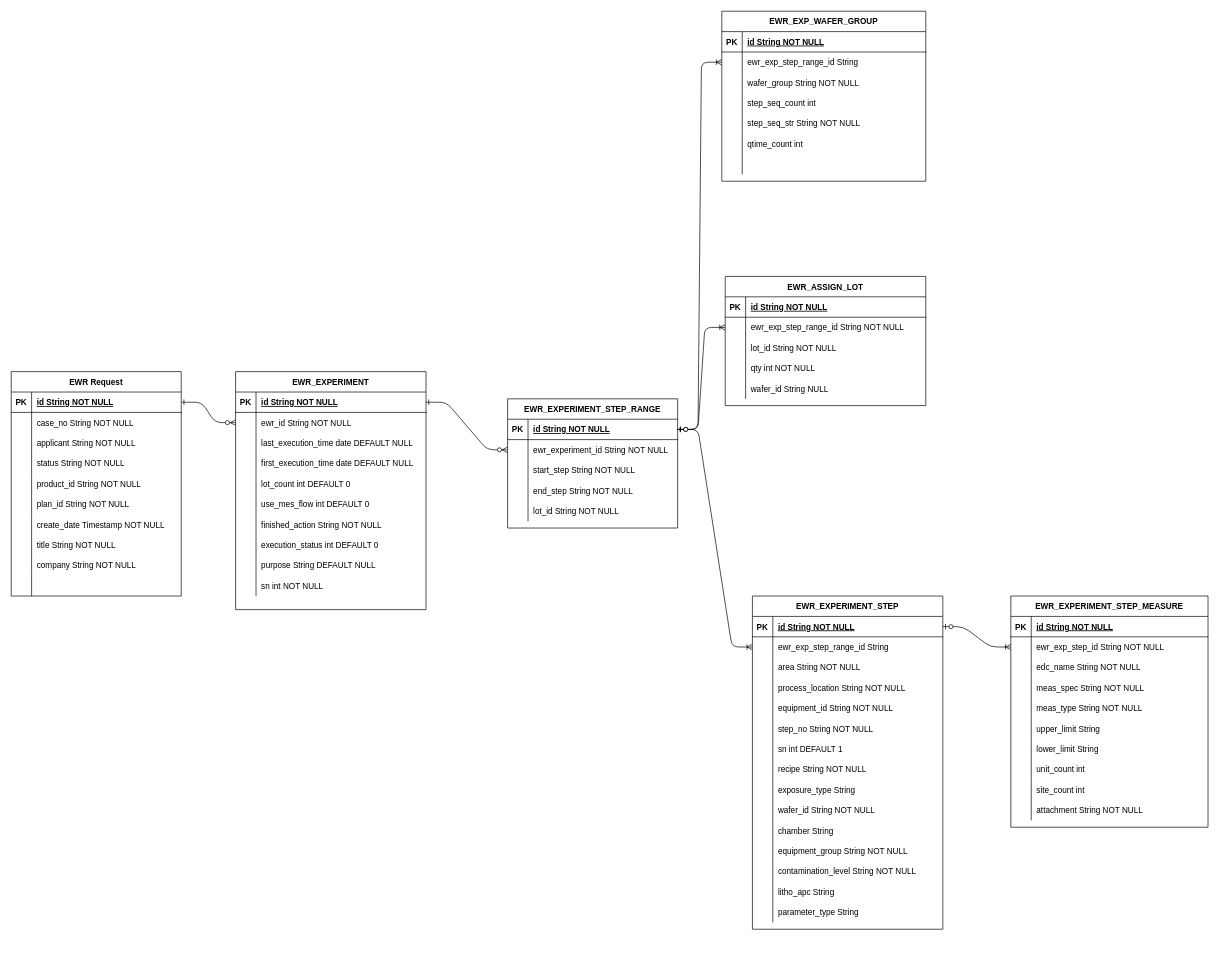
zhang4838223/work keeps this draw.io diagram as Untitled Diagram.drawio. Above is the earlier version. Source tidied: cells renumbered, new cells numbered last; positions are measured from the earlier drawing's top-left corner, leaving out a move shared by most shapes. Both pictures are drawn from the tidied source at 68%, with x=0, y=0 at pixel (11, 11).
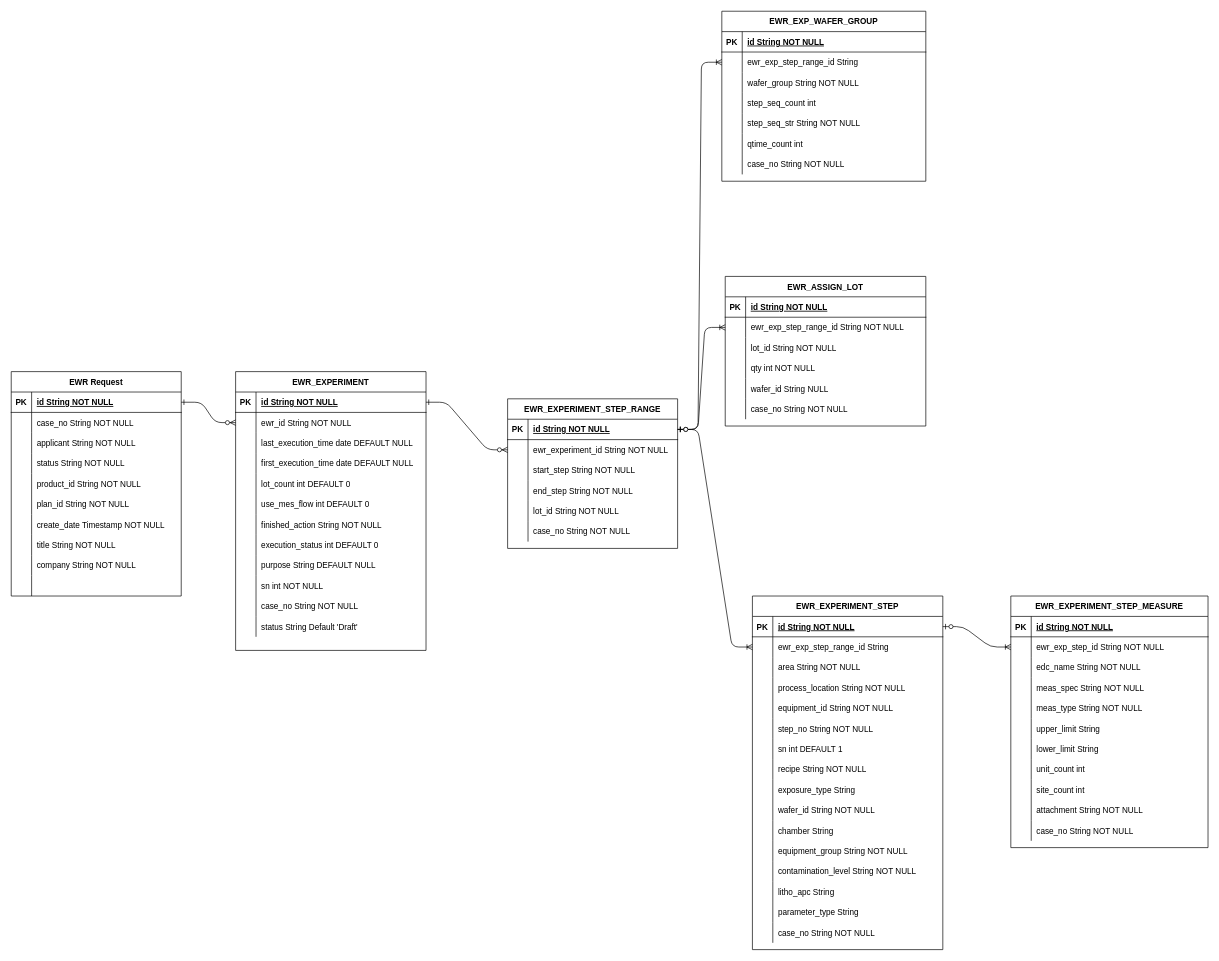
The same page after the edit.

The change refers to these unchanged cells:
```xml
<mxCell id="198" style="shape=partialRectangle;fillColor=none;top=0;left=0;bottom=0;right=0;" parent="179" vertex="1">
  <mxGeometry y="210" width="300" height="30" as="geometry" />
</mxCell>
```

What changed in the source:
```diff
@@
     <mxCell id="4" value="EWR_EXPERIMENT" style="shape=table;startSize=30;childLayout=tableLayout;rowLines=0;fontStyle=1;align=center;" parent="1" vertex="1">
-      <mxGeometry x="330" y="530" width="280" height="350" as="geometry" />
+      <mxGeometry x="330" y="530" width="280" height="410" as="geometry" />
     </mxCell>
@@
+    <mxCell id="201" style="shape=partialRectangle;fillColor=none;top=0;left=0;right=0;bottom=0;" parent="4" vertex="1">
+      <mxGeometry y="330" width="280" height="30" as="geometry" />
+    </mxCell>
+    <mxCell id="202" style="shape=partialRectangle;overflow=hidden;fillColor=none;top=0;left=0;bottom=0;right=0;" parent="201" vertex="1">
+      <mxGeometry width="30" height="30" as="geometry" />
+    </mxCell>
+    <mxCell id="203" value="case_no String NOT NULL" style="shape=partialRectangle;overflow=hidden;fillColor=none;top=0;left=0;bottom=0;right=0;align=left;spacingLeft=6;" parent="201" vertex="1">
+      <mxGeometry x="30" width="250" height="30" as="geometry" />
+    </mxCell>
+    <mxCell id="204" style="shape=partialRectangle;fillColor=none;top=0;left=0;right=0;bottom=0;" parent="4" vertex="1">
+      <mxGeometry y="360" width="280" height="30" as="geometry" />
+    </mxCell>
+    <mxCell id="205" style="shape=partialRectangle;overflow=hidden;fillColor=none;top=0;left=0;bottom=0;right=0;" parent="204" vertex="1">
+      <mxGeometry width="30" height="30" as="geometry" />
+    </mxCell>
+    <mxCell id="206" value="status String Default 'Draft'" style="shape=partialRectangle;overflow=hidden;fillColor=none;top=0;left=0;bottom=0;right=0;align=left;spacingLeft=6;" parent="204" vertex="1">
+      <mxGeometry x="30" width="250" height="30" as="geometry" />
+    </mxCell>
@@
     <mxCell id="67" value="EWR_EXPERIMENT_STEP_RANGE" style="shape=table;startSize=30;childLayout=tableLayout;rowLines=0;fontStyle=1;align=center;" parent="1" vertex="1">
-      <mxGeometry x="730" y="570" width="250" height="190" as="geometry" />
+      <mxGeometry x="730" y="570" width="250" height="220" as="geometry" />
     </mxCell>
@@
+    <mxCell id="207" style="shape=partialRectangle;fillColor=none;top=0;left=0;right=0;bottom=0;" parent="67" vertex="1">
+      <mxGeometry y="180" width="250" height="30" as="geometry" />
+    </mxCell>
+    <mxCell id="208" style="shape=partialRectangle;overflow=hidden;fillColor=none;top=0;left=0;bottom=0;right=0;" parent="207" vertex="1">
+      <mxGeometry width="30" height="30" as="geometry" />
+    </mxCell>
+    <mxCell id="209" value="case_no String NOT NULL" style="shape=partialRectangle;overflow=hidden;fillColor=none;top=0;left=0;bottom=0;right=0;align=left;spacingLeft=6;" parent="207" vertex="1">
+      <mxGeometry x="30" width="220" height="30" as="geometry" />
+    </mxCell>
@@
     <mxCell id="84" value="EWR_ASSIGN_LOT" style="shape=table;startSize=30;childLayout=tableLayout;rowLines=0;fontStyle=1;align=center;" parent="1" vertex="1">
-      <mxGeometry x="1050" y="390" width="295" height="190" as="geometry" />
+      <mxGeometry x="1050" y="390" width="295" height="220" as="geometry" />
     </mxCell>
@@
+    <mxCell id="210" style="shape=partialRectangle;fillColor=none;top=0;left=0;bottom=0;right=0;" parent="84" vertex="1">
+      <mxGeometry y="180" width="295" height="30" as="geometry" />
+    </mxCell>
+    <mxCell id="211" style="shape=partialRectangle;fillColor=none;top=0;left=0;bottom=0;right=0;overflow=hidden;" parent="210" vertex="1">
+      <mxGeometry width="30" height="30" as="geometry" />
+    </mxCell>
+    <mxCell id="212" value="case_no String NOT NULL" style="shape=partialRectangle;fillColor=none;top=0;left=0;bottom=0;right=0;align=left;spacingLeft=6;overflow=hidden;" parent="210" vertex="1">
+      <mxGeometry x="30" width="265" height="30" as="geometry" />
+    </mxCell>
     <mxCell id="100" value="EWR_EXPERIMENT_STEP" style="shape=table;startSize=30;childLayout=tableLayout;rowLines=0;fontStyle=1;align=center;" parent="1" vertex="1">
-      <mxGeometry x="1090" y="860" width="280" height="490" as="geometry" />
+      <mxGeometry x="1090" y="860" width="280" height="520" as="geometry" />
     </mxCell>
@@
+    <mxCell id="213" style="shape=partialRectangle;fillColor=none;top=0;left=0;bottom=0;right=0;" parent="100" vertex="1">
+      <mxGeometry y="480" width="280" height="30" as="geometry" />
+    </mxCell>
+    <mxCell id="214" style="shape=partialRectangle;fillColor=none;top=0;left=0;bottom=0;right=0;overflow=hidden;" parent="213" vertex="1">
+      <mxGeometry width="30" height="30" as="geometry" />
+    </mxCell>
+    <mxCell id="215" value="case_no String NOT NULL" style="shape=partialRectangle;fillColor=none;top=0;left=0;bottom=0;right=0;align=left;spacingLeft=6;overflow=hidden;" parent="213" vertex="1">
+      <mxGeometry x="30" width="250" height="30" as="geometry" />
+    </mxCell>
     <mxCell id="146" value="EWR_EXPERIMENT_STEP_MEASURE" style="shape=table;startSize=30;childLayout=tableLayout;rowLines=0;fontStyle=1;align=center;" parent="1" vertex="1">
-      <mxGeometry x="1470" y="860" width="290" height="340" as="geometry" />
+      <mxGeometry x="1470" y="860" width="290" height="370" as="geometry" />
     </mxCell>
@@
+    <mxCell id="216" style="shape=partialRectangle;fillColor=none;top=0;left=0;bottom=0;right=0;" parent="146" vertex="1">
+      <mxGeometry y="330" width="290" height="30" as="geometry" />
+    </mxCell>
+    <mxCell id="217" style="shape=partialRectangle;fillColor=none;top=0;left=0;bottom=0;right=0;overflow=hidden;" parent="216" vertex="1">
+      <mxGeometry width="30" height="30" as="geometry" />
+    </mxCell>
+    <mxCell id="218" value="case_no String NOT NULL" style="shape=partialRectangle;fillColor=none;top=0;left=0;bottom=0;right=0;align=left;spacingLeft=6;overflow=hidden;" parent="216" vertex="1">
+      <mxGeometry x="30" width="260" height="30" as="geometry" />
+    </mxCell>
@@
-    <mxCell id="200" style="shape=partialRectangle;fillColor=none;top=0;left=0;bottom=0;right=0;align=left;spacingLeft=6;overflow=hidden;" parent="198" vertex="1">
+    <mxCell id="200" value="case_no String NOT NULL" style="shape=partialRectangle;fillColor=none;top=0;left=0;bottom=0;right=0;align=left;spacingLeft=6;overflow=hidden;" parent="198" vertex="1">
       <mxGeometry x="30" width="270" height="30" as="geometry" />
     </mxCell>
```
